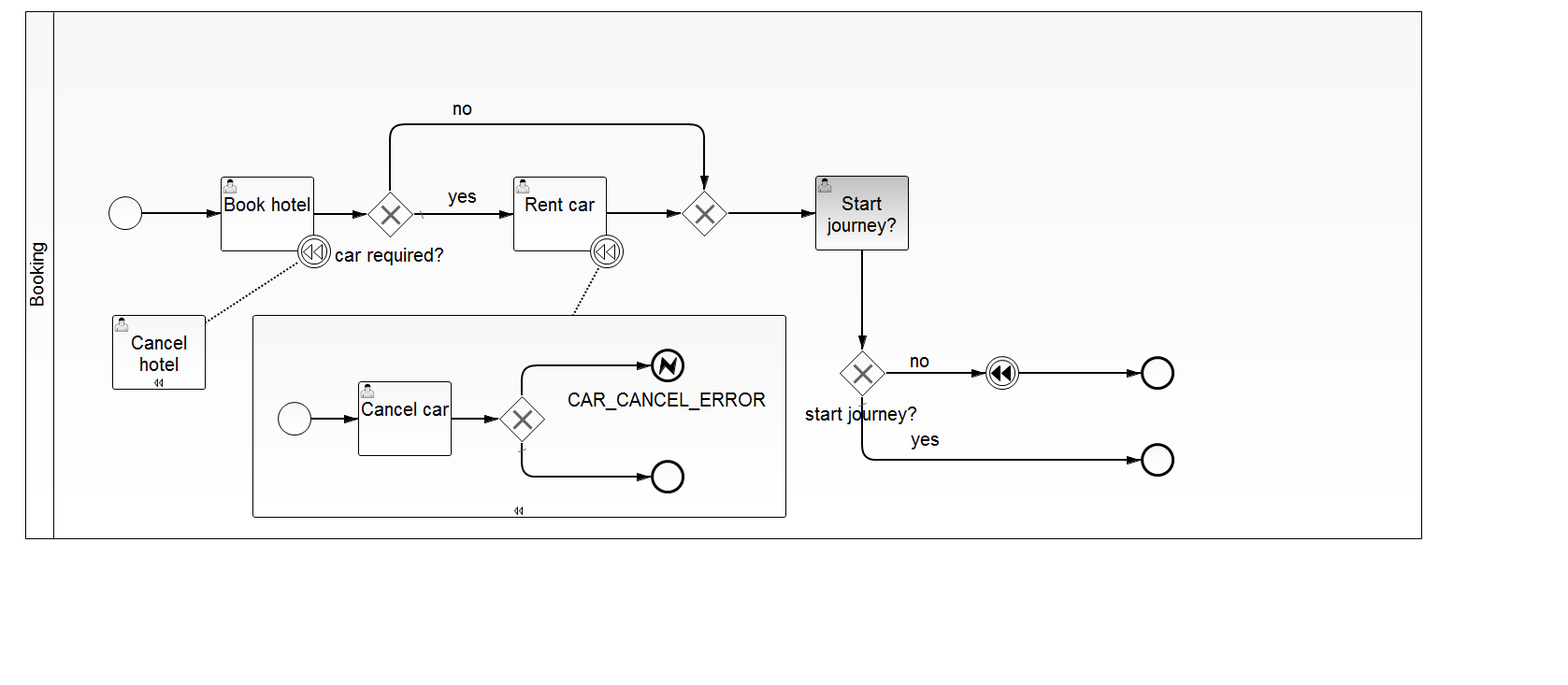
Earlier version of the BPMN export bpmn-server/src/main/resources/CompensationTest.png (gheddie/bpmn_watcher_all_new). Its source is kept beside it as bpmn-server/src/main/resources/CompensationTest.bpmn. Ids are renumbered.
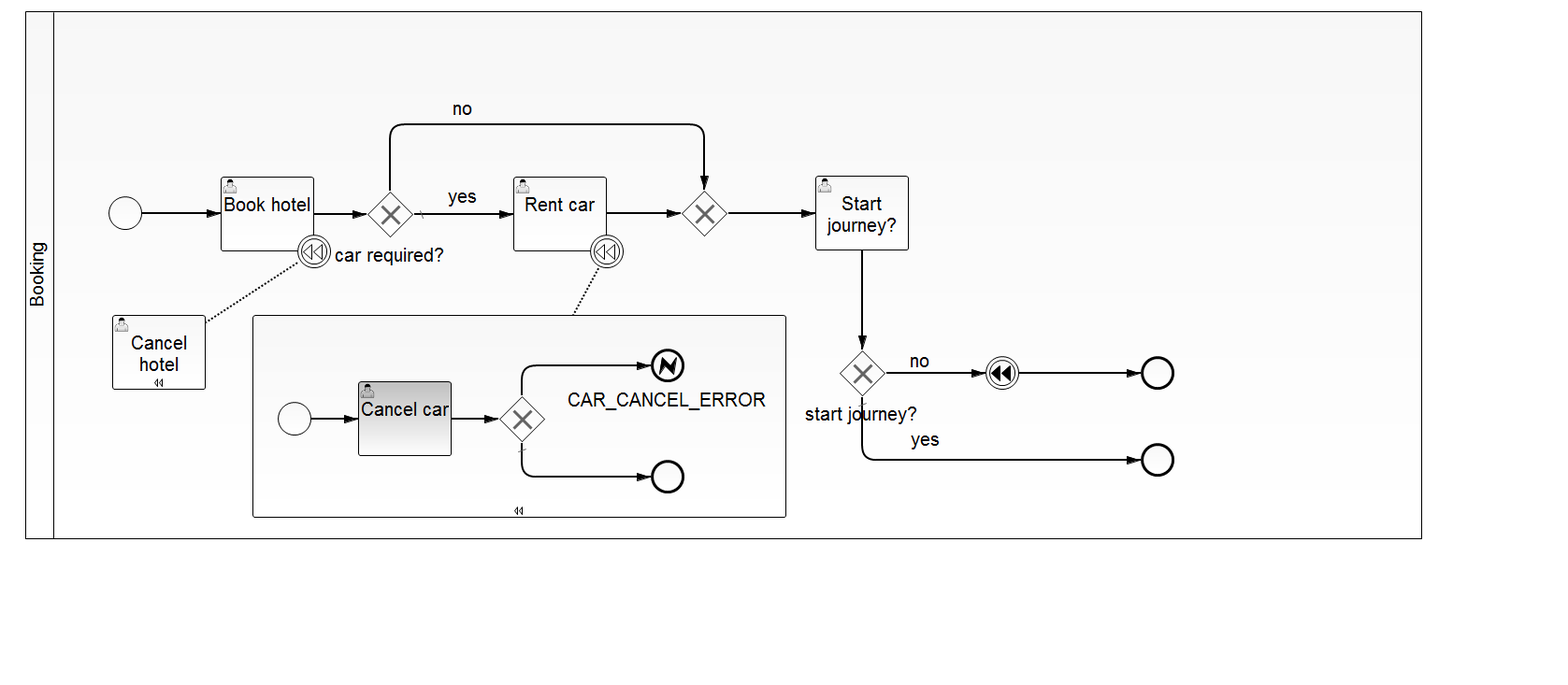
The same file after the commit.

What changed in the source:
```diff
@@ -80,6 +80,11 @@
         <bpmn2:outgoing>SequenceFlow_5</bpmn2:outgoing>
       </bpmn2:startEvent>
       <bpmn2:userTask id="UserTask_6" name="Cancel car">
+        <bpmn2:extensionElements>
+          <camunda:formData>
+            <camunda:formField id="carCancelled" label="carCancelled" type="boolean" defaultValue="false"/>
+          </camunda:formData>
+        </bpmn2:extensionElements>
         <bpmn2:incoming>SequenceFlow_5</bpmn2:incoming>
         <bpmn2:outgoing>SequenceFlow_10</bpmn2:outgoing>
       </bpmn2:userTask>
```
